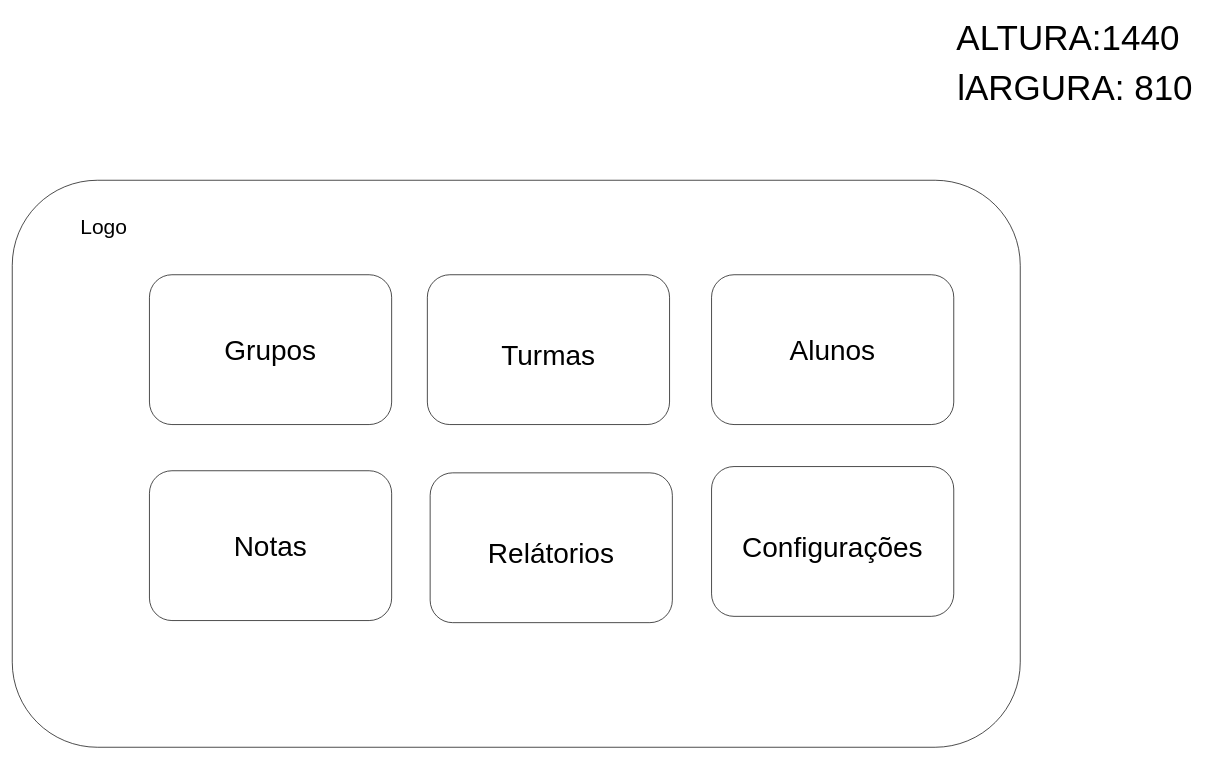
This is page "Main" (4 of 4) of TeamBee_API.drawio from MateusMSoares/RepositorioTeste, a draw.io file, before an edit. Source tidied: cells renumbered, new cells numbered last; positions are measured from the earlier drawing's top-left corner, leaving out a move shared by most shapes. Both pictures are drawn from the tidied source at 70%, with x=0, y=0 at pixel (12, 12).
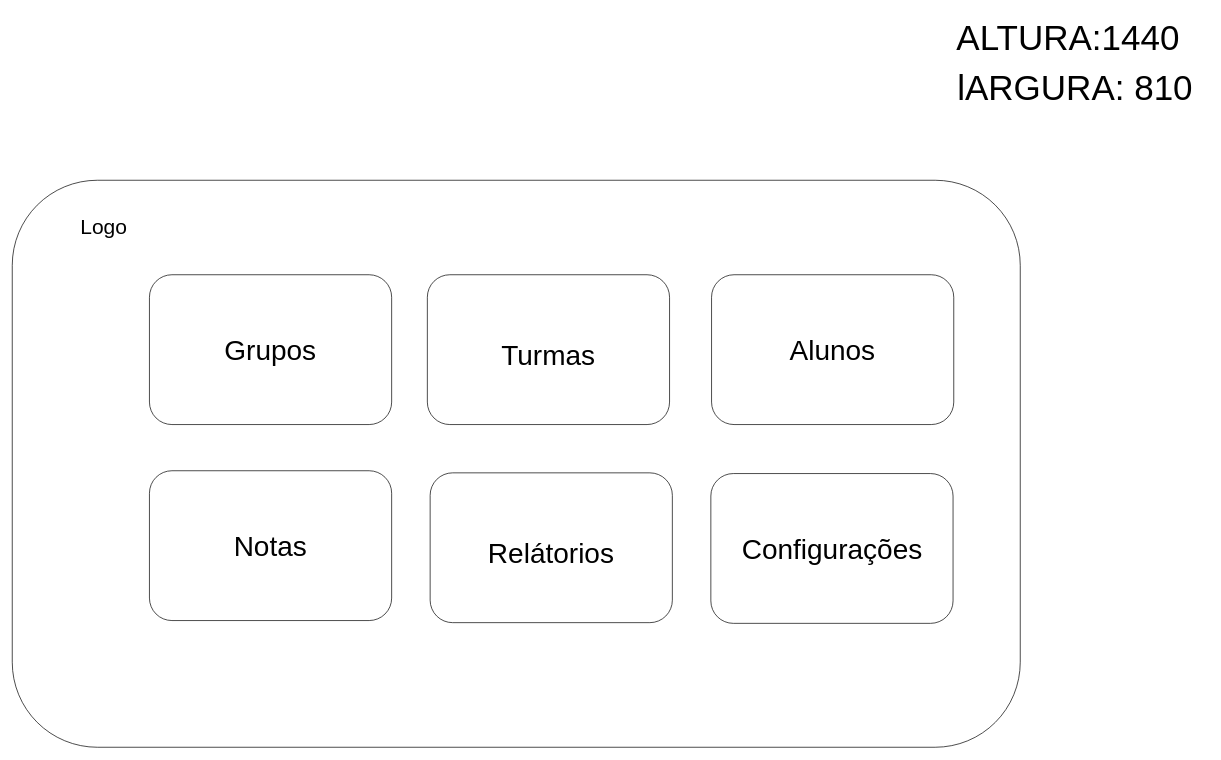
The same page after the edit.

Change to the diagram source:
```diff
@@
 <mxGraphModel>
   <root>
     <mxCell id="0" />
     <mxCell id="1" parent="0" />
     <mxCell id="2" style="rounded=1;whiteSpace=wrap;html=1;" parent="1" vertex="1">
       <mxGeometry y="240" width="1440" height="810" as="geometry" />
     </mxCell>
     <mxCell id="3" value="&lt;font style=&quot;font-size: 50px;&quot;&gt;ALTURA:1440&amp;nbsp;&lt;/font&gt;" style="text;html=1;align=center;verticalAlign=middle;strokeColor=none;fillColor=none;fontSize=12;fontFamily=Helvetica;fontColor=default;" parent="1" vertex="1">
       <mxGeometry x="1339" width="351" height="72" as="geometry" />
     </mxCell>
     <mxCell id="4" value="&lt;font style=&quot;font-size: 50px;&quot;&gt;lARGURA: 810&amp;nbsp;&lt;/font&gt;" style="text;html=1;align=center;verticalAlign=middle;strokeColor=none;fillColor=none;fontSize=12;fontFamily=Helvetica;fontColor=default;" parent="1" vertex="1">
       <mxGeometry x="1341" y="72" width="368" height="72" as="geometry" />
     </mxCell>
     <mxCell id="5" value="&lt;font style=&quot;font-size: 40px;&quot;&gt;Grupos&lt;/font&gt;" style="rounded=1;whiteSpace=wrap;html=1;fontFamily=Helvetica;fontSize=12;fontColor=default;fillColor=none;gradientColor=none;" parent="1" vertex="1">
       <mxGeometry x="196" y="375" width="346" height="214" as="geometry" />
     </mxCell>
     <mxCell id="6" value="&lt;font style=&quot;font-size: 40px;&quot; color=&quot;#ffffff&quot;&gt;Adicionar curso&lt;/font&gt;" style="text;html=1;align=center;verticalAlign=middle;strokeColor=none;fillColor=none;" parent="1" vertex="1">
       <mxGeometry x="778" y="961.9" width="294" height="60" as="geometry" />
     </mxCell>
     <mxCell id="7" value="&lt;font style=&quot;font-size: 30px;&quot;&gt;Logo&lt;/font&gt;" style="text;html=1;strokeColor=none;fillColor=none;align=center;verticalAlign=middle;whiteSpace=wrap;rounded=0;fontSize=12;fontFamily=Helvetica;fontColor=default;" parent="1" vertex="1">
       <mxGeometry x="9" y="248" width="244.1" height="115.7" as="geometry" />
     </mxCell>
     <mxCell id="8" value="&lt;div style=&quot;font-size: 35px;&quot;&gt;&lt;br&gt;&lt;/div&gt;" style="text;html=1;align=left;verticalAlign=middle;strokeColor=none;fillColor=none;fontSize=5;spacingLeft=6;" parent="1" vertex="1">
       <mxGeometry x="989" y="527.9" width="22" height="54" as="geometry" />
     </mxCell>
     <mxCell id="9" value="&lt;br&gt;&lt;span style=&quot;font-size: 40px;&quot;&gt;Turmas&lt;/span&gt;" style="rounded=1;whiteSpace=wrap;html=1;fontFamily=Helvetica;fontSize=12;fontColor=default;fillColor=none;gradientColor=none;" parent="1" vertex="1">
       <mxGeometry x="593" y="375" width="346" height="214" as="geometry" />
     </mxCell>
     <mxCell id="10" value="&lt;font style=&quot;font-size: 40px;&quot;&gt;Alunos&lt;/font&gt;" style="rounded=1;whiteSpace=wrap;html=1;fontFamily=Helvetica;fontSize=12;fontColor=default;fillColor=none;gradientColor=none;" parent="1" vertex="1">
       <mxGeometry x="999" y="375" width="346" height="214" as="geometry" />
     </mxCell>
     <mxCell id="11" value="&lt;font style=&quot;font-size: 40px;&quot;&gt;Notas&lt;/font&gt;" style="rounded=1;whiteSpace=wrap;html=1;fontFamily=Helvetica;fontSize=12;fontColor=default;fillColor=none;gradientColor=none;" parent="1" vertex="1">
       <mxGeometry x="196" y="655" width="346" height="214" as="geometry" />
     </mxCell>
     <mxCell id="12" value="&lt;br&gt;&lt;span style=&quot;font-size: 40px;&quot;&gt;Relátorios&lt;/span&gt;" style="rounded=1;whiteSpace=wrap;html=1;fontFamily=Helvetica;fontSize=12;fontColor=default;fillColor=none;gradientColor=none;" parent="1" vertex="1">
       <mxGeometry x="597" y="658" width="346" height="214" as="geometry" />
     </mxCell>
+    <mxCell id="14" style="group;" parent="1" vertex="1">
+      <mxGeometry x="998" y="659" width="346" height="214" as="geometry" />
+    </mxCell>
-    <mxCell id="13" value="&lt;br&gt;&lt;span style=&quot;font-size: 40px;&quot;&gt;Configurações&lt;/span&gt;" style="rounded=1;whiteSpace=wrap;html=1;fontFamily=Helvetica;fontSize=12;fontColor=default;fillColor=none;gradientColor=none;" parent="1" vertex="1">
-      <mxGeometry x="999" y="649" width="346" height="214" as="geometry" />
+    <mxCell id="13" style="rounded=1;whiteSpace=wrap;html=1;fontFamily=Helvetica;fontSize=12;fontColor=default;fillColor=none;gradientColor=none;" parent="14" vertex="1">
+      <mxGeometry width="346" height="214" as="geometry" />
     </mxCell>
+    <mxCell id="15" value="&lt;font style=&quot;font-size: 40px;&quot;&gt;Configurações&lt;/font&gt;" style="text;html=1;align=center;verticalAlign=middle;strokeColor=none;fillColor=none;" parent="14" vertex="1">
+      <mxGeometry x="35" y="77" width="276" height="60" as="geometry" />
+    </mxCell>
   </root>
 </mxGraphModel>
```
